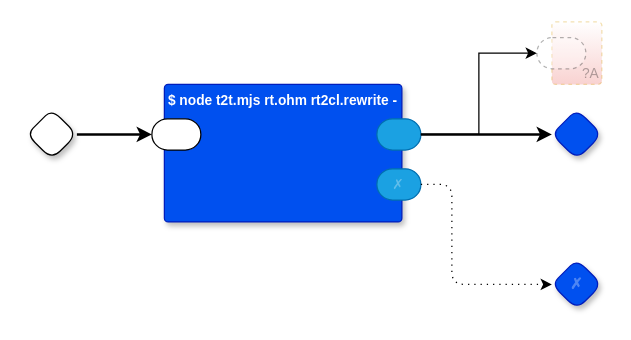
The draw.io diagram page "RT to Common Lisp" (5 of 7) of rt2cl.drawio in guitarvydas/rt, before the edit. Source tidied: cells renumbered, new cells numbered last; positions are measured from the earlier drawing's top-left corner, leaving out a move shared by most shapes. Both pictures are drawn from the tidied source at 125%, with x=0, y=0 at pixel (26, 21).
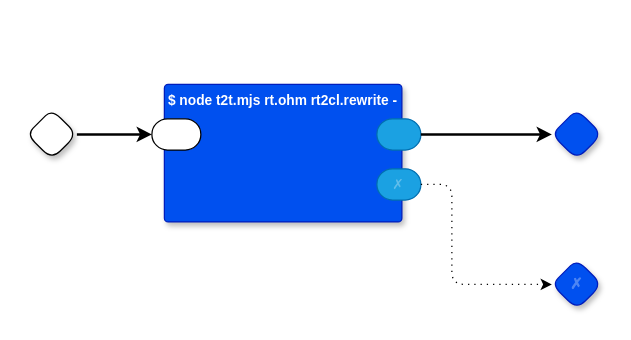
After the change.

What changed in the source:
```diff
@@
 <mxGraphModel>
   <root>
     <mxCell id="0" />
     <mxCell id="1" parent="0" />
     <mxCell id="2" style="rhombus;whiteSpace=wrap;html=1;rounded=1;fontStyle=1;glass=0;sketch=0;fontSize=12;points=[[0,0.5,0,0,0],[0.5,0,0,0,0],[0.5,1,0,0,0],[1,0.5,0,0,0]];shadow=1;fontFamily=Helvetica;fontColor=default;" parent="1" vertex="1">
       <mxGeometry y="70" width="40" height="40" as="geometry" />
     </mxCell>
     <mxCell id="3" style="rhombus;whiteSpace=wrap;html=1;rounded=1;fontStyle=1;glass=0;sketch=0;fontSize=12;points=[[0,0.5,0,0,0],[0.5,0,0,0,0],[0.5,1,0,0,0],[1,0.5,0,0,0]];shadow=1;fillColor=#0050ef;fontColor=#ffffff;strokeColor=#001DBC;fontFamily=Helvetica;" parent="1" vertex="1">
       <mxGeometry x="420" y="70" width="40" height="40" as="geometry" />
     </mxCell>
     <mxCell id="4" value="✗" style="rhombus;whiteSpace=wrap;html=1;rounded=1;fillColor=#0050ef;fontColor=#ffffff;strokeColor=#001DBC;fontStyle=1;glass=0;sketch=0;fontSize=12;points=[[0,0.5,0,0,0],[0.5,0,0,0,0],[0.5,1,0,0,0],[1,0.5,0,0,0]];shadow=1;textOpacity=30;" parent="1" vertex="1">
       <mxGeometry x="420" y="190" width="40" height="40" as="geometry" />
     </mxCell>
     <mxCell id="5" value="$ node t2t.mjs rt.ohm rt2cl.rewrite -" style="rounded=1;sketch=0;verticalAlign=top;arcSize=6;fontStyle=1;absoluteArcSize=1;shadow=1;strokeColor=#001DBC;fillColor=#0050ef;fontColor=#ffffff;fontFamily=Helvetica;fontSize=11;" parent="1" vertex="1">
       <mxGeometry x="110" y="50" width="190" height="110" as="geometry" />
     </mxCell>
     <mxCell id="6" style="rounded=1;whiteSpace=wrap;html=1;sketch=0;points=[[0,0.5,0,0,0],[1,0.5,0,0,0]];arcSize=50;fontFamily=Helvetica;fontSize=11;fontColor=default;" parent="5" vertex="1">
       <mxGeometry x="-10" y="27.5" width="39.2" height="25" as="geometry" />
     </mxCell>
     <mxCell id="7" style="rounded=1;whiteSpace=wrap;html=1;sketch=0;points=[[0,0.5,0,0,0],[1,0.5,0,0,0]];fillColor=#1ba1e2;fontColor=#ffffff;strokeColor=#006EAF;arcSize=50;fontFamily=Helvetica;fontSize=11;" parent="5" vertex="1">
       <mxGeometry x="170" y="27.5" width="35.2" height="25" as="geometry" />
     </mxCell>
     <mxCell id="8" value="✗" style="rounded=1;whiteSpace=wrap;html=1;sketch=0;points=[[0,0.5,0,0,0],[1,0.5,0,0,0]];fillColor=#1ba1e2;fontColor=#ffffff;strokeColor=#006EAF;arcSize=50;fontFamily=Helvetica;fontSize=11;textOpacity=30;" parent="5" vertex="1">
       <mxGeometry x="170" y="67.5" width="35.2" height="25" as="geometry" />
     </mxCell>
     <mxCell id="9" style="edgeStyle=orthogonalEdgeStyle;rounded=0;jettySize=auto;html=1;exitX=1;exitY=0.5;exitDx=0;exitDy=0;exitPerimeter=0;entryX=0;entryY=0.5;entryDx=0;entryDy=0;entryPerimeter=0;strokeWidth=2;" parent="1" edge="1" source="2" target="6">
       <mxGeometry relative="1" as="geometry" />
     </mxCell>
     <mxCell id="10" style="edgeStyle=orthogonalEdgeStyle;rounded=0;jettySize=auto;html=1;exitX=1;exitY=0.5;exitDx=0;exitDy=0;exitPerimeter=0;strokeWidth=2;entryX=0;entryY=0.5;entryDx=0;entryDy=0;entryPerimeter=0;" parent="1" edge="1" source="7" target="3">
       <mxGeometry relative="1" as="geometry" />
     </mxCell>
     <mxCell id="11" style="edgeStyle=orthogonalEdgeStyle;rounded=1;jettySize=auto;html=1;exitX=1;exitY=0.5;exitDx=0;exitDy=0;exitPerimeter=0;entryX=0;entryY=0.5;entryDx=0;entryDy=0;entryPerimeter=0;curved=0;dashed=1;dashPattern=1 4;" parent="1" edge="1" source="8" target="4">
       <mxGeometry relative="1" as="geometry">
         <Array as="points">
           <mxPoint x="340" y="130" />
           <mxPoint x="340" y="210" />
         </Array>
       </mxGeometry>
     </mxCell>
-    <mxCell id="12" value="?A" style="rounded=1;whiteSpace=wrap;html=1;sketch=0;verticalAlign=bottom;arcSize=6;fontStyle=0;absoluteArcSize=1;shadow=0;strokeColor=#d79b00;fillColor=#FFFFFF;fontFamily=Helvetica;fontSize=11;dashed=1;opacity=30;align=right;textOpacity=30;gradientColor=#EA6B66;fontColor=default;" parent="1" vertex="1">
-      <mxGeometry x="420" width="40" height="50" as="geometry" />
-    </mxCell>
-    <mxCell id="13" style="rounded=1;whiteSpace=wrap;html=1;sketch=0;points=[[0,0.5,0,0,0],[1,0.5,0,0,0]];arcSize=50;fontFamily=Helvetica;fontSize=11;fontColor=default;dashed=1;textOpacity=50;opacity=30;fontStyle=0;" parent="12" vertex="1">
-      <mxGeometry x="-12" y="12.5" width="39.2" height="25" as="geometry" />
-    </mxCell>
-    <mxCell id="14" style="edgeStyle=orthogonalEdgeStyle;rounded=0;jettySize=auto;html=1;exitX=1;exitY=0.5;exitDx=0;exitDy=0;exitPerimeter=0;entryX=0;entryY=0.5;entryDx=0;entryDy=0;entryPerimeter=0;" parent="1" edge="1" source="7" target="13">
-      <mxGeometry relative="1" as="geometry" />
-    </mxCell>
   </root>
 </mxGraphModel>
```
